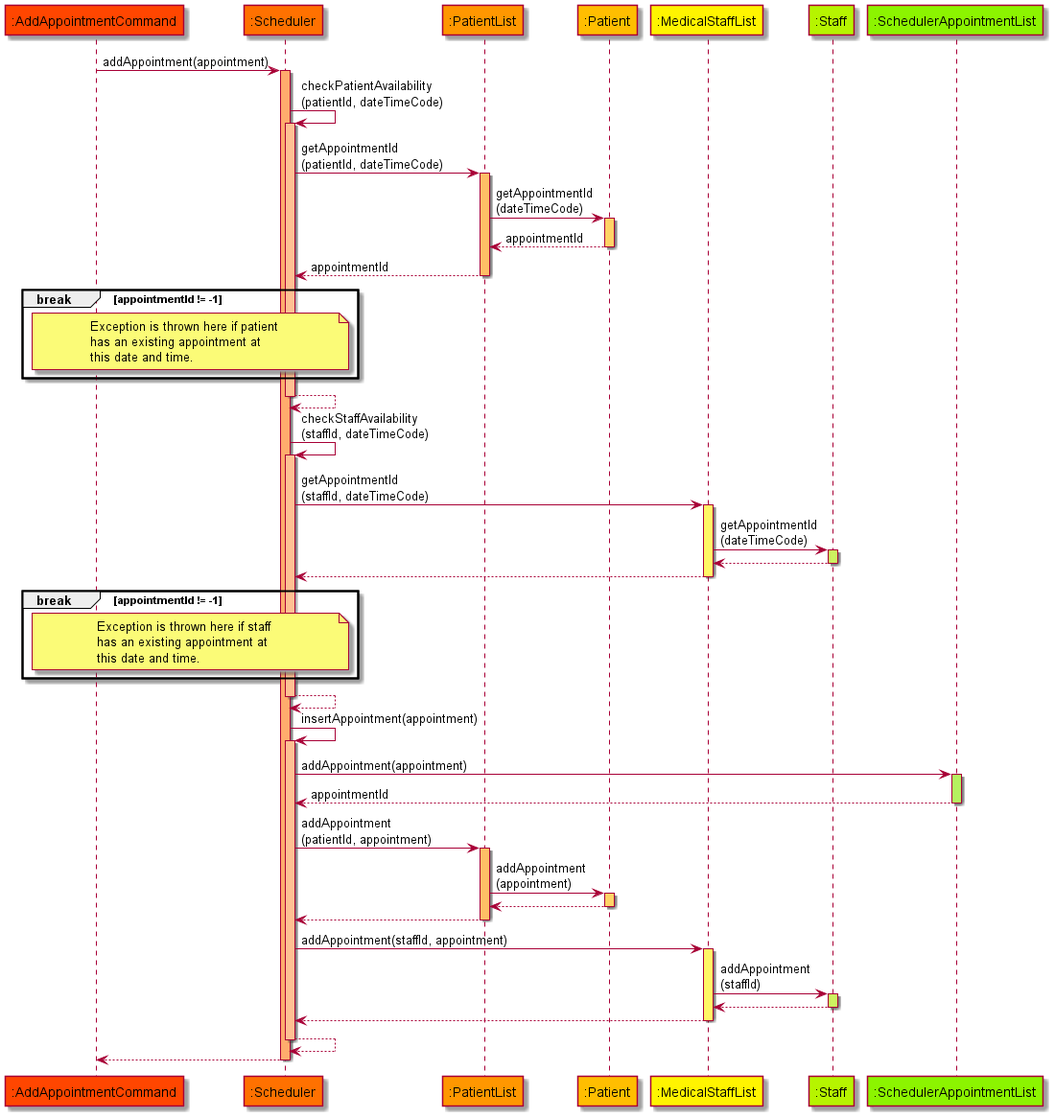
Above: docs/diagrams/AddAppointmentSequenceDiagram.png in nus-cs2113-AY2122S1/tp (PlantUML), before the change.
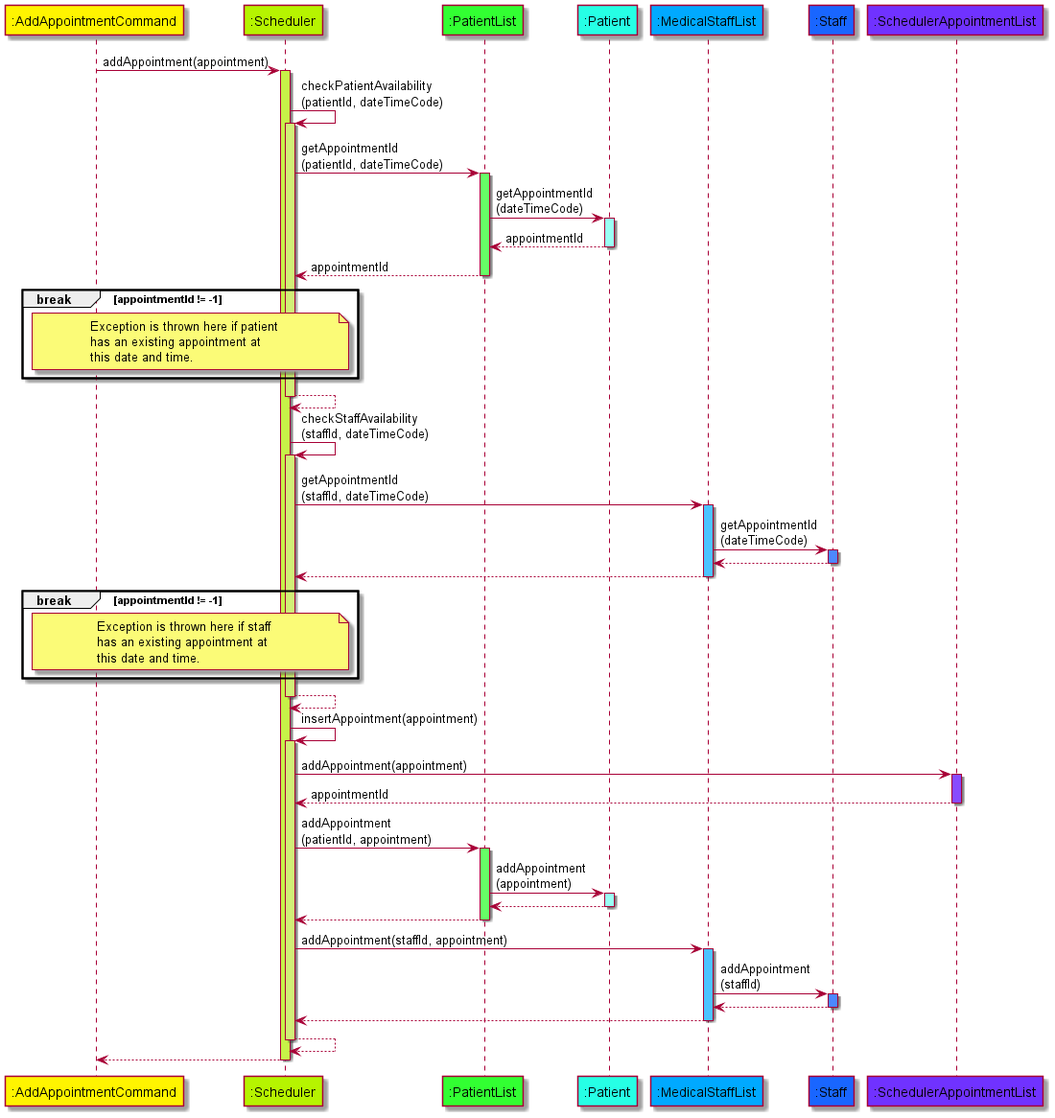
After the commit.

Diff of the diagram source:
```diff
@@ -1,21 +1,20 @@
 @startuml
-!define ENTITY_COLOR_0 #FF4600
-!define ENTITY_COLOR_1 #FF7100
-!define ENTITY_COLOR_2 #FF9700
-!define ENTITY_COLOR_3 #FFBE00
-!define ENTITY_COLOR_4 #FFF400
-!define ENTITY_COLOR_5 #B6F400
-!define ENTITY_COLOR_6 #8CF400
+!define ENTITY_COLOR_0 #FFF400
+!define ENTITY_COLOR_1 #B6F400
+!define ENTITY_COLOR_2 #32FF32
+!define ENTITY_COLOR_3 #26FFE5
+!define ENTITY_COLOR_4 #00A9FF
+!define ENTITY_COLOR_5 #1966FF
+!define ENTITY_COLOR_6 #7032FF
 
-!define ACTIVATION_COLOR_0 #FF8E66
-!define ACTIVATION_COLOR_1 #FFAC6D
-!define ACTIVATION_COLOR_1a #FFC093
-!define ACTIVATION_COLOR_1b #FFD6BA
-!define ACTIVATION_COLOR_2 #FFBF66
-!define ACTIVATION_COLOR_3 #FFD366
-!define ACTIVATION_COLOR_4 #FFF766
-!define ACTIVATION_COLOR_5 #CDF260
-!define ACTIVATION_COLOR_6 #B5F260
+!define ACTIVATION_COLOR_0 #C8EF53
+!define ACTIVATION_COLOR_1A #C7F248
+!define ACTIVATION_COLOR_1B #D1EF77
+!define ACTIVATION_COLOR_2 #66FF66
+!define ACTIVATION_COLOR_3 #99FFF3
+!define ACTIVATION_COLOR_4 #4CC3FF
+!define ACTIVATION_COLOR_5 #4C88FF
+!define ACTIVATION_COLOR_6 #874CFF
 
 participant ":AddAppointmentCommand" as command ENTITY_COLOR_0
 participant ":Scheduler" as scheduler ENTITY_COLOR_1
@@ -26,8 +25,8 @@
 participant ":SchedulerAppointmentList" as AL ENTITY_COLOR_6
 
 autoactivate on
-command -> scheduler ACTIVATION_COLOR_1: addAppointment(appointment)
-scheduler -> scheduler ACTIVATION_COLOR_1a: checkPatientAvailability\n(patientId, dateTimeCode)
+command -> scheduler ACTIVATION_COLOR_1A: addAppointment(appointment)
+scheduler -> scheduler ACTIVATION_COLOR_1B: checkPatientAvailability\n(patientId, dateTimeCode)
 scheduler -> PL ACTIVATION_COLOR_2: getAppointmentId\n(patientId, dateTimeCode)
 PL -> patient ACTIVATION_COLOR_3: getAppointmentId\n(dateTimeCode)
 patient --> PL: appointmentId
@@ -42,7 +41,7 @@
 end
 
 scheduler --> scheduler
-scheduler -> scheduler ACTIVATION_COLOR_1a: checkStaffAvailability\n(staffId, dateTimeCode)
+scheduler -> scheduler ACTIVATION_COLOR_1B: checkStaffAvailability\n(staffId, dateTimeCode)
 scheduler -> SL ACTIVATION_COLOR_4: getAppointmentId\n(staffId, dateTimeCode)
 SL -> staff ACTIVATION_COLOR_5: getAppointmentId\n(dateTimeCode)
 staff --> SL
@@ -57,7 +56,7 @@
 end
 
 scheduler --> scheduler
-scheduler -> scheduler ACTIVATION_COLOR_1a: insertAppointment(appointment)
+scheduler -> scheduler ACTIVATION_COLOR_1B: insertAppointment(appointment)
 scheduler -> AL ACTIVATION_COLOR_6: addAppointment(appointment)
 AL --> scheduler: appointmentId
 scheduler -> PL ACTIVATION_COLOR_2: addAppointment\n(patientId, appointment)
```
